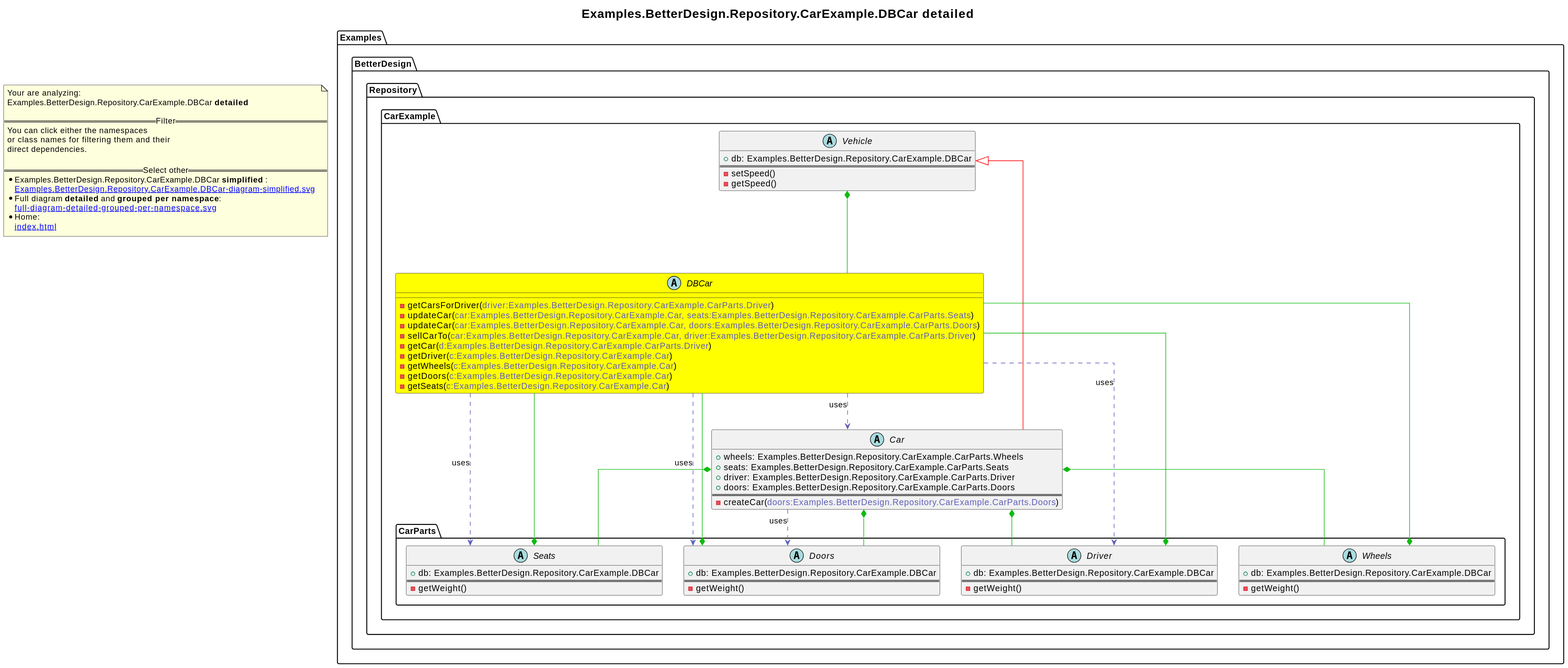
Before: revenger-csharp-adapter.out/Examples.BetterDesign.Repository.CarExample.DBCar-diagram-detailed.svg, a diagram exported from PlantUML (2BlackCoffees/revenger).
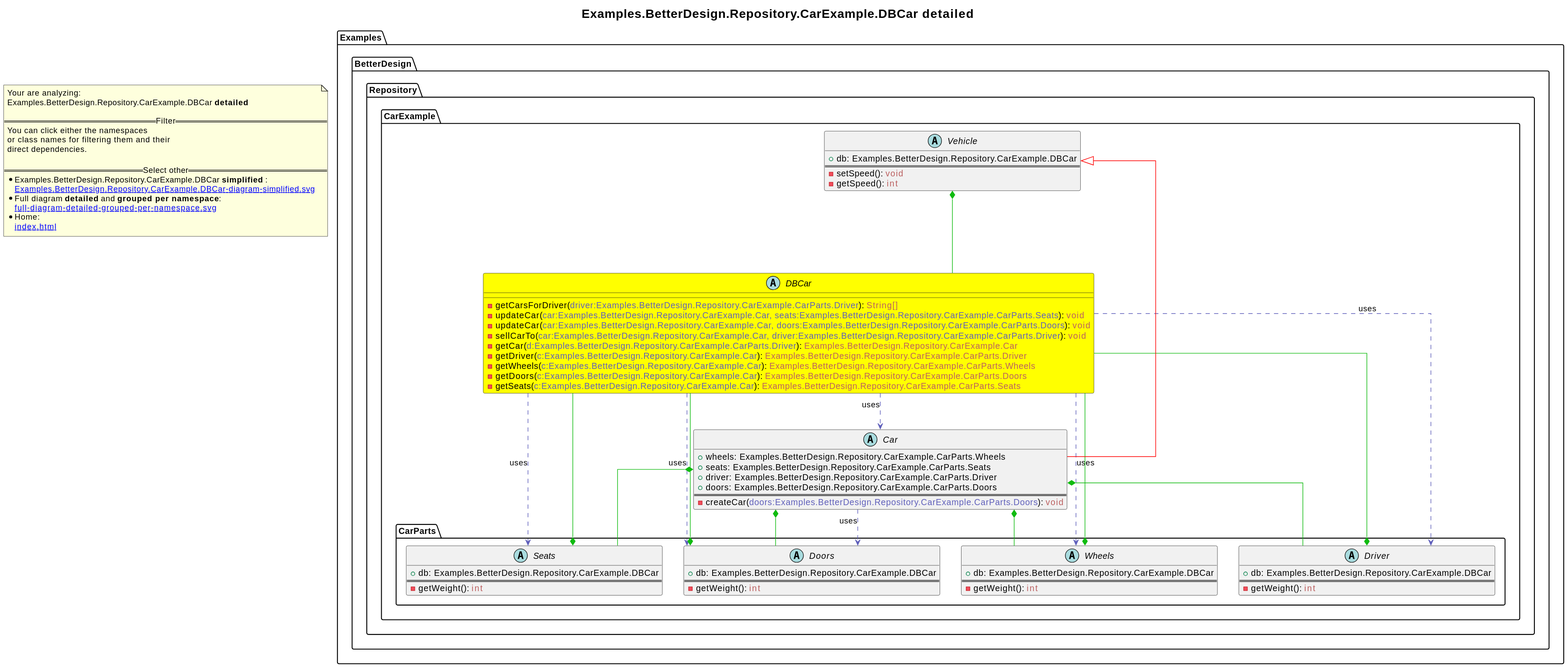
After the change.

The edit, as a diff of the source:
```diff
@@ -3,15 +3,15 @@
 title <size:20>Examples.BetterDesign.Repository.CarExample.DBCar **detailed** </size>
 note "Your are analyzing:\nExamples.BetterDesign.Repository.CarExample.DBCar **detailed** \n\n==Filter==\nYou can click either the namespaces \nor class names for filtering them and their\ndirect dependencies.\n\n==Select other==\n* Examples.BetterDesign.Repository.CarExample.DBCar **simplified** :\n   [[Examples.BetterDesign.Repository.CarExample.DBCar-diagram-simplified.svg]]\n* Full diagram **detailed** and **grouped per namespace**:\n   [[full-diagram-detailed-grouped-per-namespace.svg]]\n* Home:\n   [[index.html]]" as FloatingNote
       abstract class Examples.BetterDesign.Repository.CarExample.DBCar [[Examples.BetterDesign.Repository.CarExample.DBCar-diagram-detailed.svg]] #yellow {
-        - getCarsForDriver(<font color="6060BB">driver:Examples.BetterDesign.Repository.CarExample.CarParts.Driver</font>)
-        - updateCar(<font color="6060BB">car:Examples.BetterDesign.Repository.CarExample.Car, seats:Examples.BetterDesign.Repository.CarExample.CarParts.Seats</font>)
-        - updateCar(<font color="6060BB">car:Examples.BetterDesign.Repository.CarExample.Car, doors:Examples.BetterDesign.Repository.CarExample.CarParts.Doors</font>)
-        - sellCarTo(<font color="6060BB">car:Examples.BetterDesign.Repository.CarExample.Car, driver:Examples.BetterDesign.Repository.CarExample.CarParts.Driver</font>)
-        - getCar(<font color="6060BB">d:Examples.BetterDesign.Repository.CarExample.CarParts.Driver</font>)
-        - getDriver(<font color="6060BB">c:Examples.BetterDesign.Repository.CarExample.Car</font>)
-        - getWheels(<font color="6060BB">c:Examples.BetterDesign.Repository.CarExample.Car</font>)
-        - getDoors(<font color="6060BB">c:Examples.BetterDesign.Repository.CarExample.Car</font>)
-        - getSeats(<font color="6060BB">c:Examples.BetterDesign.Repository.CarExample.Car</font>)
+        - getCarsForDriver(<font color="6060BB">driver:Examples.BetterDesign.Repository.CarExample.CarParts.Driver</font>): <font color="BB6060">String[]</font>
+        - updateCar(<font color="6060BB">car:Examples.BetterDesign.Repository.CarExample.Car, seats:Examples.BetterDesign.Repository.CarExample.CarParts.Seats</font>): <font color="BB6060">void</font>
+        - updateCar(<font color="6060BB">car:Examples.BetterDesign.Repository.CarExample.Car, doors:Examples.BetterDesign.Repository.CarExample.CarParts.Doors</font>): <font color="BB6060">void</font>
+        - sellCarTo(<font color="6060BB">car:Examples.BetterDesign.Repository.CarExample.Car, driver:Examples.BetterDesign.Repository.CarExample.CarParts.Driver</font>): <font color="BB6060">void</font>
+        - getCar(<font color="6060BB">d:Examples.BetterDesign.Repository.CarExample.CarParts.Driver</font>): <font color="BB6060">Examples.BetterDesign.Repository.CarExample.Car</font>
+        - getDriver(<font color="6060BB">c:Examples.BetterDesign.Repository.CarExample.Car</font>): <font color="BB6060">Examples.BetterDesign.Repository.CarExample.CarParts.Driver</font>
+        - getWheels(<font color="6060BB">c:Examples.BetterDesign.Repository.CarExample.Car</font>): <font color="BB6060">Examples.BetterDesign.Repository.CarExample.CarParts.Wheels</font>
+        - getDoors(<font color="6060BB">c:Examples.BetterDesign.Repository.CarExample.Car</font>): <font color="BB6060">Examples.BetterDesign.Repository.CarExample.CarParts.Doors</font>
+        - getSeats(<font color="6060BB">c:Examples.BetterDesign.Repository.CarExample.Car</font>): <font color="BB6060">Examples.BetterDesign.Repository.CarExample.CarParts.Seats</font>
       }
       abstract class Examples.BetterDesign.Repository.CarExample.Car [[Examples.BetterDesign.Repository.CarExample.Car-diagram-detailed.svg]]  {
         + wheels: Examples.BetterDesign.Repository.CarExample.CarParts.Wheels
@@ -19,38 +19,39 @@
         + driver: Examples.BetterDesign.Repository.CarExample.CarParts.Driver
         + doors: Examples.BetterDesign.Repository.CarExample.CarParts.Doors
 ==
-        - createCar(<font color="6060BB">doors:Examples.BetterDesign.Repository.CarExample.CarParts.Doors</font>)
+        - createCar(<font color="6060BB">doors:Examples.BetterDesign.Repository.CarExample.CarParts.Doors</font>): <font color="BB6060">void</font>
       }
       abstract class Examples.BetterDesign.Repository.CarExample.Vehicle [[Examples.BetterDesign.Repository.CarExample.Vehicle-diagram-detailed.svg]]  {
         + db: Examples.BetterDesign.Repository.CarExample.DBCar
 ==
-        - setSpeed(<font color="6060BB"></font>)
-        - getSpeed(<font color="6060BB"></font>)
+        - setSpeed(<font color="6060BB"></font>): <font color="BB6060">void</font>
+        - getSpeed(<font color="6060BB"></font>): <font color="BB6060">int</font>
       }
         abstract class Examples.BetterDesign.Repository.CarExample.CarParts.Driver [[Examples.BetterDesign.Repository.CarExample.CarParts.Driver-diagram-detailed.svg]]  {
           + db: Examples.BetterDesign.Repository.CarExample.DBCar
 ==
-          - getWeight(<font color="6060BB"></font>)
+          - getWeight(<font color="6060BB"></font>): <font color="BB6060">int</font>
         }
         abstract class Examples.BetterDesign.Repository.CarExample.CarParts.Seats [[Examples.BetterDesign.Repository.CarExample.CarParts.Seats-diagram-detailed.svg]]  {
           + db: Examples.BetterDesign.Repository.CarExample.DBCar
 ==
-          - getWeight(<font color="6060BB"></font>)
+          - getWeight(<font color="6060BB"></font>): <font color="BB6060">int</font>
         }
         abstract class Examples.BetterDesign.Repository.CarExample.CarParts.Doors [[Examples.BetterDesign.Repository.CarExample.CarParts.Doors-diagram-detailed.svg]]  {
           + db: Examples.BetterDesign.Repository.CarExample.DBCar
 ==
-          - getWeight(<font color="6060BB"></font>)
+          - getWeight(<font color="6060BB"></font>): <font color="BB6060">int</font>
         }
         abstract class Examples.BetterDesign.Repository.CarExample.CarParts.Wheels [[Examples.BetterDesign.Repository.CarExample.CarParts.Wheels-diagram-detailed.svg]]  {
           + db: Examples.BetterDesign.Repository.CarExample.DBCar
 ==
-          - getWeight(<font color="6060BB"></font>)
+          - getWeight(<font color="6060BB"></font>): <font color="BB6060">int</font>
         }
 Examples.BetterDesign.Repository.CarExample.DBCar .[#6060BB].> Examples.BetterDesign.Repository.CarExample.CarParts.Driver  : uses
 Examples.BetterDesign.Repository.CarExample.DBCar .[#6060BB].> Examples.BetterDesign.Repository.CarExample.Car  : uses
 Examples.BetterDesign.Repository.CarExample.DBCar .[#6060BB].> Examples.BetterDesign.Repository.CarExample.CarParts.Seats  : uses
 Examples.BetterDesign.Repository.CarExample.DBCar .[#6060BB].> Examples.BetterDesign.Repository.CarExample.CarParts.Doors  : uses
+Examples.BetterDesign.Repository.CarExample.DBCar .[#6060BB].> Examples.BetterDesign.Repository.CarExample.CarParts.Wheels  : uses
 Examples.BetterDesign.Repository.CarExample.Vehicle <|-[#red]- Examples.BetterDesign.Repository.CarExample.Car
 Examples.BetterDesign.Repository.CarExample.Car *-[#10BB10]- Examples.BetterDesign.Repository.CarExample.CarParts.Wheels
 Examples.BetterDesign.Repository.CarExample.Car *-[#10BB10]- Examples.BetterDesign.Repository.CarExample.CarParts.Seats
```
